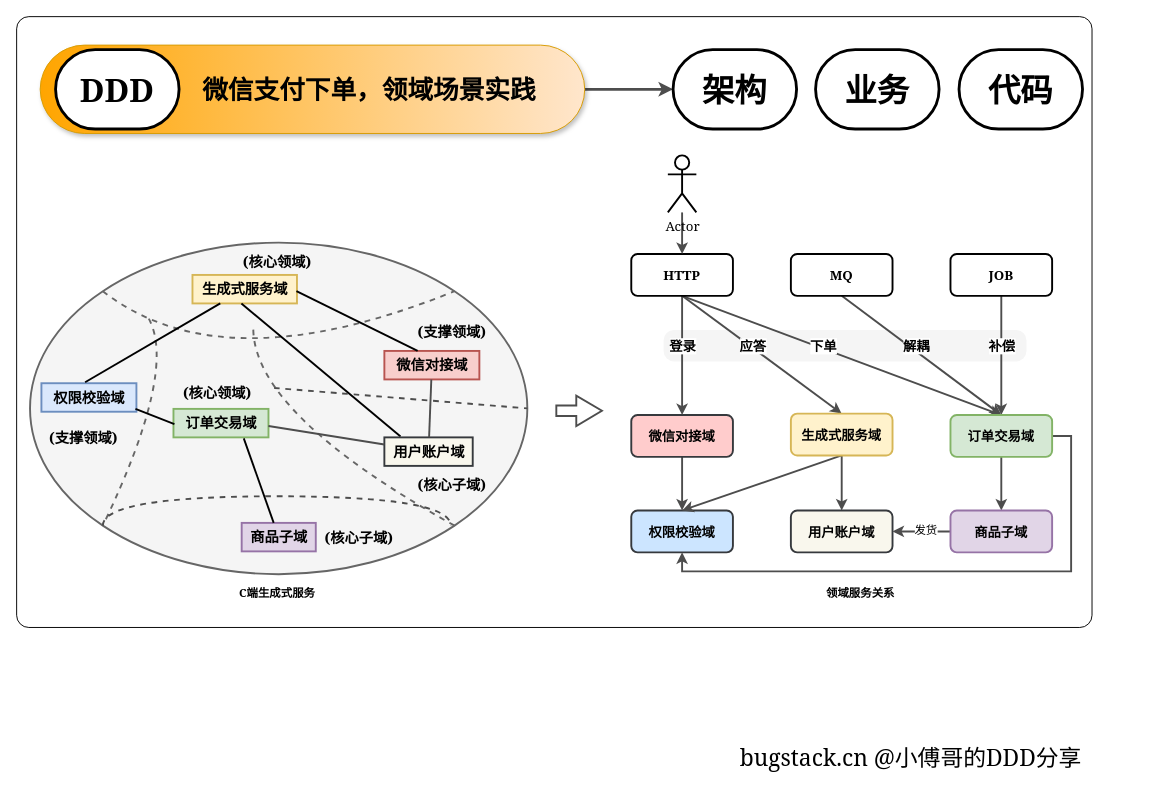
MYXHcode/chatgpt-data keeps this draw.io diagram as page "领域分层" (1 of 5) of docs/draw.io/系统架构.drawio. Above is the earlier version. Source tidied: cells renumbered, new cells numbered last; positions are measured from the earlier drawing's top-left corner, leaving out a move shared by most shapes. Both pictures are drawn from the tidied source at 95%, with x=0, y=0 at pixel (16, 16).
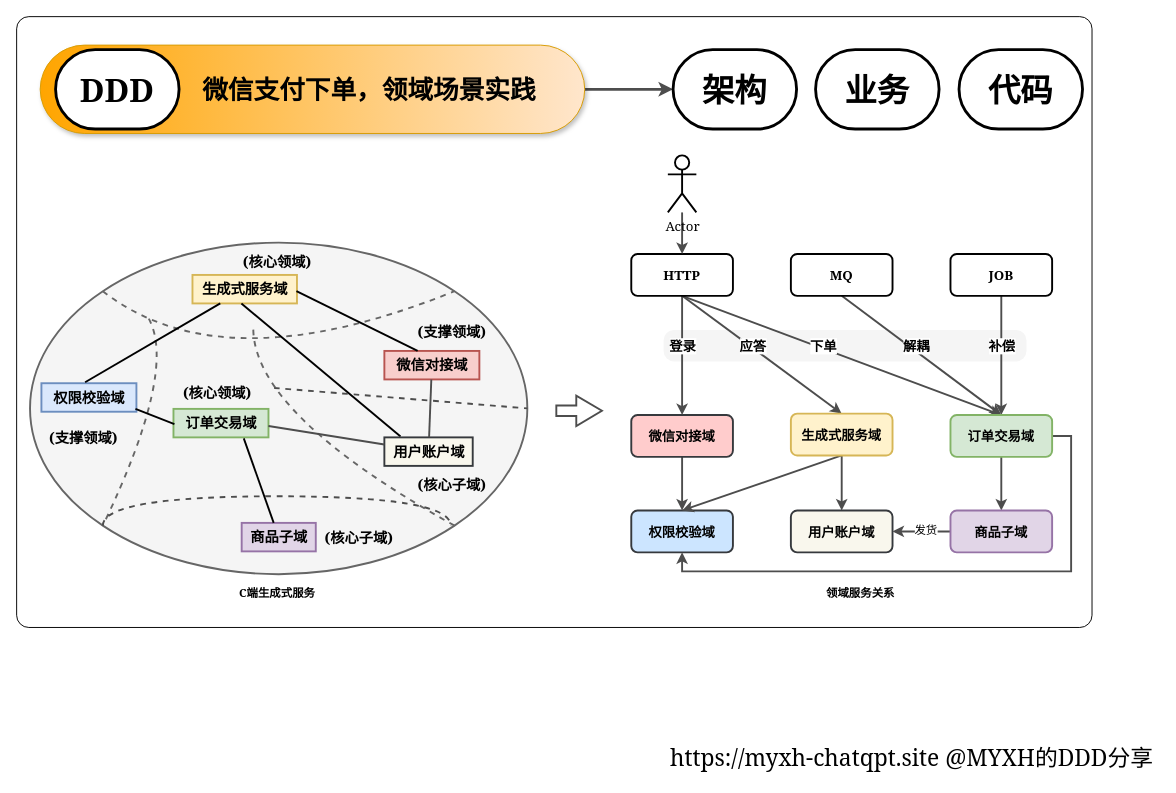
The same page after the edit.

Change to the diagram source:
```diff
@@
-    <mxCell id="62" value="bugstack.cn @小傅哥的DDD分享" style="text;html=1;align=center;verticalAlign=middle;strokeColor=none;fillColor=none;fontSize=24;fontFamily=Georgia;fontColor=default;" parent="1" vertex="1">
-      <mxGeometry x="756" y="759" width="370" height="41" as="geometry" />
+    <mxCell id="62" value="https://myxh-chatqpt.site @MYXH的DDD分享" style="text;html=1;align=center;verticalAlign=middle;strokeColor=none;fillColor=none;fontSize=24;fontFamily=Georgia;fontColor=default;" parent="1" vertex="1">
+      <mxGeometry x="680" y="759" width="523" height="41" as="geometry" />
     </mxCell>
```
